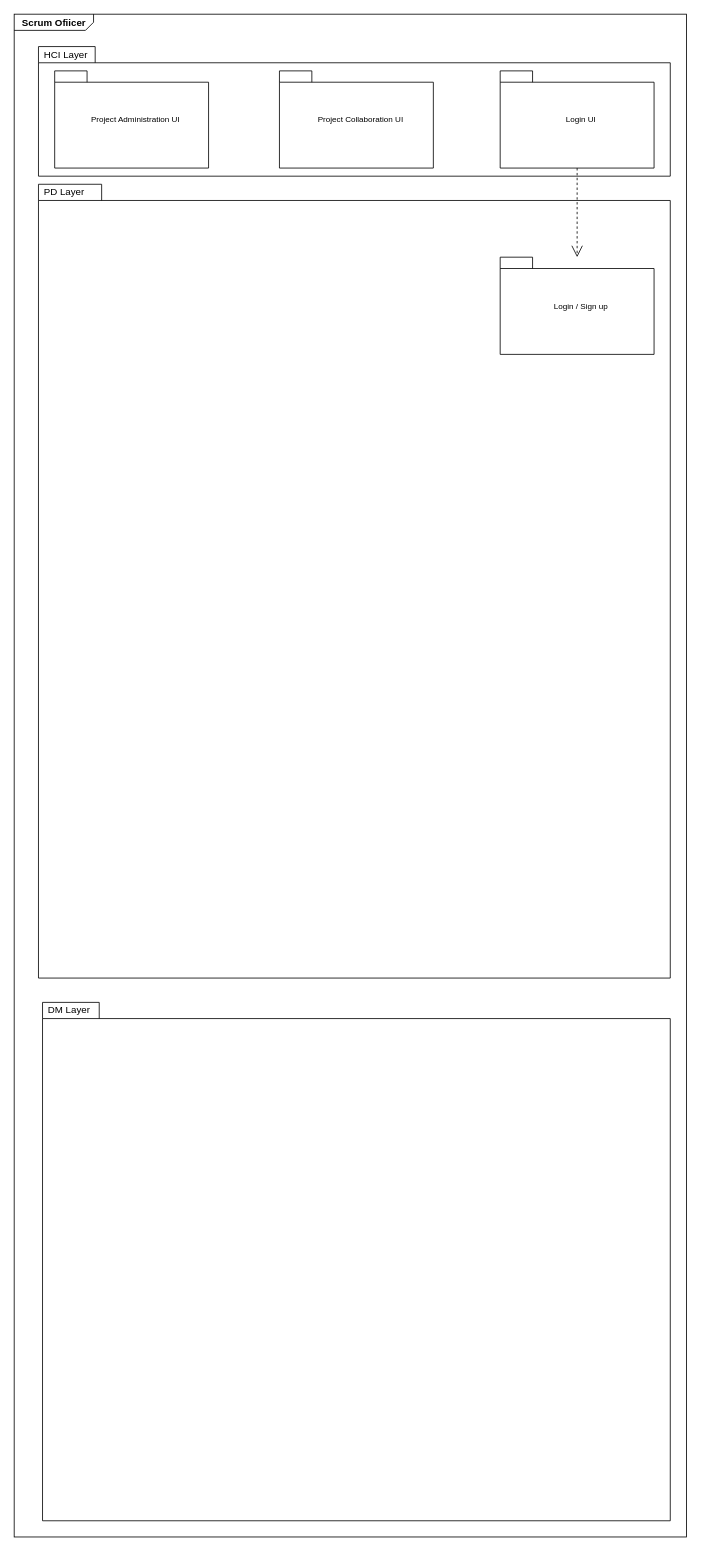
Before: Last 6 Questions/Package Diagram.drawio in amirabbas8/ScrumOfficer, a draw.io diagram. Source tidied: cells renumbered, new cells numbered last; positions are measured from the earlier drawing's top-left corner, leaving out a move shared by most shapes. Both pictures are drawn from the tidied source at 81%, with x=0, y=0 at pixel (14, 14).
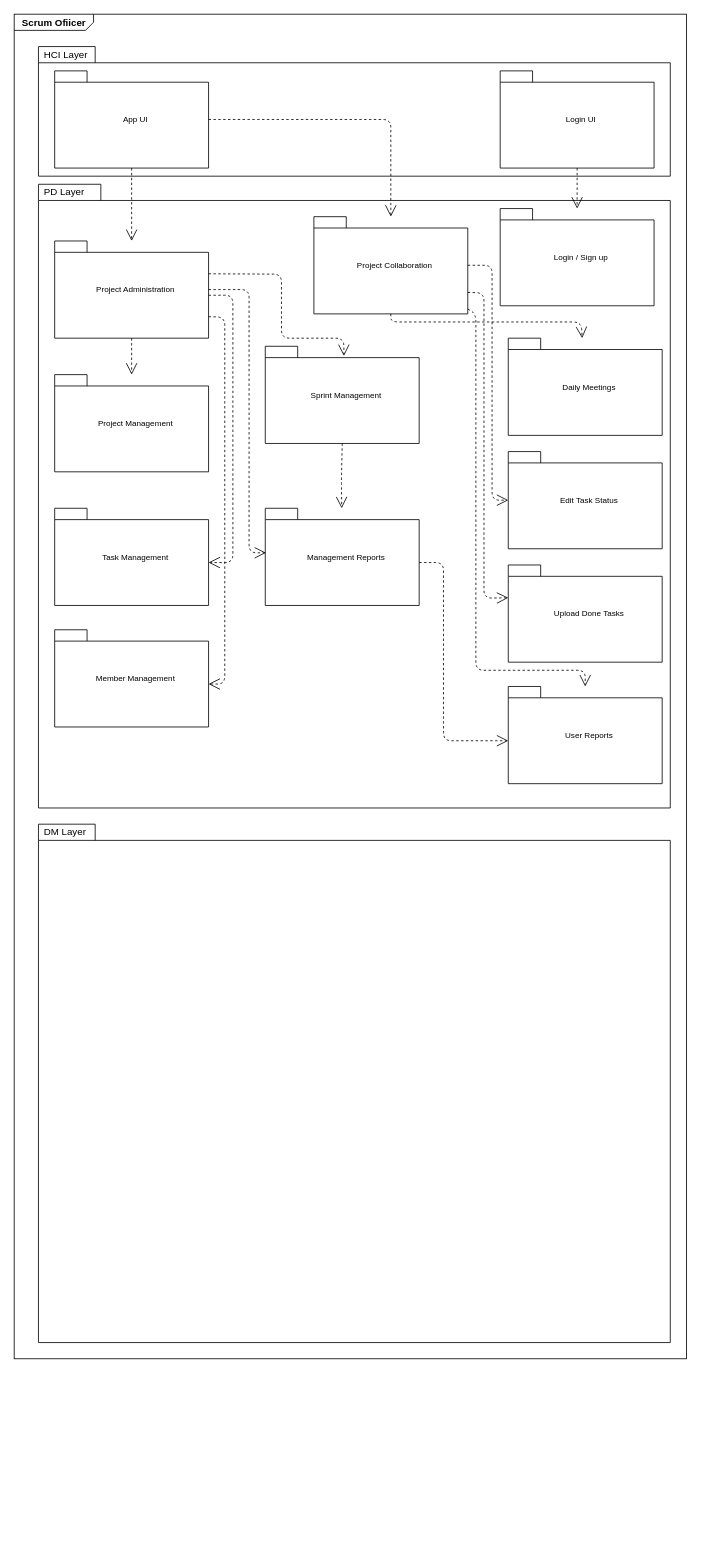
Above is the later version.

The edit, as a diff of the source:
```diff
@@
     <mxCell id="2" value="&lt;p style=&quot;margin: 0px ; margin-top: 4px ; margin-left: 10px ; text-align: left&quot;&gt;&lt;b&gt;Scrum Ofiice&lt;/b&gt;&lt;b&gt;r&lt;/b&gt;&lt;/p&gt;" style="html=1;shape=mxgraph.sysml.package;xSize=90;align=left;spacingLeft=10;overflow=fill;strokeWidth=1;labelX=98;" parent="1" vertex="1">
-      <mxGeometry width="830" height="1880" as="geometry" />
+      <mxGeometry width="830" height="1660" as="geometry" />
     </mxCell>
@@
     <mxCell id="4" value="PD Layer" style="shape=folder;xSize=90;align=left;spacingLeft=10;align=left;verticalAlign=top;spacingLeft=5;spacingTop=-4;tabWidth=70;tabHeight=20;tabPosition=left;html=1;strokeWidth=1;" parent="2" vertex="1">
-      <mxGeometry x="30" y="210" width="780" height="980" as="geometry" />
+      <mxGeometry x="30" y="210" width="780" height="770" as="geometry" />
     </mxCell>
     <mxCell id="5" value="DM Layer" style="shape=folder;xSize=90;align=left;spacingLeft=10;align=left;verticalAlign=top;spacingLeft=5;spacingTop=-4;tabWidth=70;tabHeight=20;tabPosition=left;html=1;strokeWidth=1;" parent="2" vertex="1">
-      <mxGeometry x="35" y="1220" width="775" height="640" as="geometry" />
+      <mxGeometry x="30" y="1000" width="780" height="640" as="geometry" />
     </mxCell>
-    <mxCell id="6" value="Project Administration UI" style="strokeColor=inherit;fillColor=inherit;gradientColor=inherit;shape=folder;spacingLeft=10;tabWidth=40;tabHeight=14;tabPosition=left;fontSize=10;html=1;whiteSpace=wrap;" parent="2" vertex="1">
+    <mxCell id="6" value="App UI" style="strokeColor=inherit;fillColor=inherit;gradientColor=inherit;shape=folder;spacingLeft=10;tabWidth=40;tabHeight=14;tabPosition=left;fontSize=10;html=1;whiteSpace=wrap;" parent="2" vertex="1">
       <mxGeometry x="50" y="70" width="190" height="120" as="geometry" />
     </mxCell>
-    <mxCell id="7" value="Project Collaboration UI" style="strokeColor=inherit;fillColor=inherit;gradientColor=inherit;shape=folder;spacingLeft=10;tabWidth=40;tabHeight=14;tabPosition=left;fontSize=10;html=1;whiteSpace=wrap;" parent="2" vertex="1">
-      <mxGeometry x="327.5" y="70" width="190" height="120" as="geometry" />
-    </mxCell>
@@
     <mxCell id="9" value="Login / Sign up" style="strokeColor=inherit;fillColor=inherit;gradientColor=inherit;shape=folder;spacingLeft=10;tabWidth=40;tabHeight=14;tabPosition=left;fontSize=10;html=1;whiteSpace=wrap;" parent="2" vertex="1">
-      <mxGeometry x="600" y="300" width="190" height="120" as="geometry" />
+      <mxGeometry x="600" y="240" width="190" height="120" as="geometry" />
     </mxCell>
@@
+    <mxCell id="11" value="Project Collaboration" style="strokeColor=inherit;fillColor=inherit;gradientColor=inherit;shape=folder;spacingLeft=10;tabWidth=40;tabHeight=14;tabPosition=left;fontSize=10;html=1;whiteSpace=wrap;" parent="2" vertex="1">
+      <mxGeometry x="370" y="250" width="190" height="120" as="geometry" />
+    </mxCell>
+    <mxCell id="12" value="Project Administration" style="strokeColor=inherit;fillColor=inherit;gradientColor=inherit;shape=folder;spacingLeft=10;tabWidth=40;tabHeight=14;tabPosition=left;fontSize=10;html=1;whiteSpace=wrap;" parent="2" vertex="1">
+      <mxGeometry x="50" y="280" width="190" height="120" as="geometry" />
+    </mxCell>
+    <mxCell id="13" value="Project Management" style="strokeColor=inherit;fillColor=inherit;gradientColor=inherit;shape=folder;spacingLeft=10;tabWidth=40;tabHeight=14;tabPosition=left;fontSize=10;html=1;whiteSpace=wrap;" parent="2" vertex="1">
+      <mxGeometry x="50" y="445" width="190" height="120" as="geometry" />
+    </mxCell>
+    <mxCell id="14" value="Task Management" style="strokeColor=inherit;fillColor=inherit;gradientColor=inherit;shape=folder;spacingLeft=10;tabWidth=40;tabHeight=14;tabPosition=left;fontSize=10;html=1;whiteSpace=wrap;" parent="2" vertex="1">
+      <mxGeometry x="50" y="610" width="190" height="120" as="geometry" />
+    </mxCell>
+    <mxCell id="15" value="Member Management" style="strokeColor=inherit;fillColor=inherit;gradientColor=inherit;shape=folder;spacingLeft=10;tabWidth=40;tabHeight=14;tabPosition=left;fontSize=10;html=1;whiteSpace=wrap;" parent="2" vertex="1">
+      <mxGeometry x="50" y="760" width="190" height="120" as="geometry" />
+    </mxCell>
+    <mxCell id="16" style="edgeStyle=none;html=1;endArrow=open;endSize=12;dashed=1;verticalAlign=bottom;exitX=0.5;exitY=1;exitDx=0;exitDy=0;exitPerimeter=0;" parent="2" edge="1" source="6" target="12">
+      <mxGeometry relative="1" as="geometry" />
+    </mxCell>
+    <mxCell id="17" style="edgeStyle=none;html=1;endArrow=open;endSize=12;dashed=1;verticalAlign=bottom;" parent="2" edge="1" source="6" target="11">
+      <mxGeometry relative="1" as="geometry">
+        <Array as="points">
+          <mxPoint x="465" y="130" />
+        </Array>
+      </mxGeometry>
+    </mxCell>
+    <mxCell id="18" style="edgeStyle=none;html=1;endArrow=open;endSize=12;dashed=1;verticalAlign=bottom;exitX=0.5;exitY=1;exitDx=0;exitDy=0;exitPerimeter=0;" parent="2" edge="1" source="12" target="13">
+      <mxGeometry relative="1" as="geometry">
+        <Array as="points">
+          <mxPoint x="145" y="420" />
+        </Array>
+      </mxGeometry>
+    </mxCell>
+    <mxCell id="19" style="edgeStyle=none;html=1;endArrow=open;endSize=12;dashed=1;verticalAlign=bottom;exitX=0;exitY=0;exitDx=190;exitDy=67;exitPerimeter=0;entryX=0;entryY=0;entryDx=190;entryDy=67;entryPerimeter=0;" parent="2" edge="1" source="12" target="14">
+      <mxGeometry relative="1" as="geometry">
+        <Array as="points">
+          <mxPoint x="270" y="347" />
+          <mxPoint x="270" y="677" />
+        </Array>
+      </mxGeometry>
+    </mxCell>
+    <mxCell id="20" style="edgeStyle=none;html=1;endArrow=open;endSize=12;dashed=1;verticalAlign=bottom;exitX=0;exitY=0;exitDx=190;exitDy=93.5;exitPerimeter=0;entryX=0;entryY=0;entryDx=190;entryDy=67;entryPerimeter=0;" parent="2" edge="1" source="12" target="15">
+      <mxGeometry relative="1" as="geometry">
+        <Array as="points">
+          <mxPoint x="260" y="374" />
+          <mxPoint x="260" y="827" />
+        </Array>
+      </mxGeometry>
+    </mxCell>
+    <mxCell id="21" value="Daily Meetings&lt;br&gt;" style="strokeColor=inherit;fillColor=inherit;gradientColor=inherit;shape=folder;spacingLeft=10;tabWidth=40;tabHeight=14;tabPosition=left;fontSize=10;html=1;whiteSpace=wrap;" parent="2" vertex="1">
+      <mxGeometry x="610" y="400" width="190" height="120" as="geometry" />
+    </mxCell>
+    <mxCell id="22" value="Edit Task Status&lt;br&gt;" style="strokeColor=inherit;fillColor=inherit;gradientColor=inherit;shape=folder;spacingLeft=10;tabWidth=40;tabHeight=14;tabPosition=left;fontSize=10;html=1;whiteSpace=wrap;" parent="2" vertex="1">
+      <mxGeometry x="610" y="540" width="190" height="120" as="geometry" />
+    </mxCell>
+    <mxCell id="23" style="edgeStyle=none;html=1;endArrow=open;endSize=12;dashed=1;verticalAlign=bottom;exitX=0.5;exitY=1;exitDx=0;exitDy=0;exitPerimeter=0;" parent="2" edge="1" source="11" target="21">
+      <mxGeometry relative="1" as="geometry">
+        <Array as="points">
+          <mxPoint x="465" y="380" />
+          <mxPoint x="700" y="380" />
+        </Array>
+      </mxGeometry>
+    </mxCell>
+    <mxCell id="24" style="edgeStyle=none;html=1;endArrow=open;endSize=12;dashed=1;verticalAlign=bottom;" parent="2" edge="1" source="11" target="22">
+      <mxGeometry relative="1" as="geometry">
+        <Array as="points">
+          <mxPoint x="590" y="310" />
+          <mxPoint x="590" y="600" />
+        </Array>
+      </mxGeometry>
+    </mxCell>
+    <mxCell id="25" value="Upload Done Tasks" style="strokeColor=inherit;fillColor=inherit;gradientColor=inherit;shape=folder;spacingLeft=10;tabWidth=40;tabHeight=14;tabPosition=left;fontSize=10;html=1;whiteSpace=wrap;" parent="2" vertex="1">
+      <mxGeometry x="610" y="680" width="190" height="120" as="geometry" />
+    </mxCell>
+    <mxCell id="26" style="edgeStyle=none;html=1;endArrow=open;endSize=12;dashed=1;verticalAlign=bottom;exitX=0;exitY=0;exitDx=190;exitDy=93.5;exitPerimeter=0;entryX=0;entryY=0;entryDx=0;entryDy=40.5;entryPerimeter=0;" parent="2" edge="1" source="11" target="25">
+      <mxGeometry relative="1" as="geometry">
+        <Array as="points">
+          <mxPoint x="580" y="344" />
+          <mxPoint x="580" y="721" />
+        </Array>
+      </mxGeometry>
+    </mxCell>
+    <mxCell id="27" value="Sprint Management" style="strokeColor=inherit;fillColor=inherit;gradientColor=inherit;shape=folder;spacingLeft=10;tabWidth=40;tabHeight=14;tabPosition=left;fontSize=10;html=1;whiteSpace=wrap;" parent="2" vertex="1">
+      <mxGeometry x="310" y="410" width="190" height="120" as="geometry" />
+    </mxCell>
+    <mxCell id="28" style="edgeStyle=none;html=1;endArrow=open;endSize=12;dashed=1;verticalAlign=bottom;exitX=0;exitY=0;exitDx=190;exitDy=40.5;exitPerimeter=0;entryX=0.511;entryY=0.1;entryDx=0;entryDy=0;entryPerimeter=0;" parent="2" edge="1" source="12" target="27">
+      <mxGeometry relative="1" as="geometry">
+        <Array as="points">
+          <mxPoint x="330" y="321" />
+          <mxPoint x="330" y="400" />
+          <mxPoint x="407" y="400" />
+        </Array>
+      </mxGeometry>
+    </mxCell>
+    <mxCell id="29" value="Management Reports" style="strokeColor=inherit;fillColor=inherit;gradientColor=inherit;shape=folder;spacingLeft=10;tabWidth=40;tabHeight=14;tabPosition=left;fontSize=10;html=1;whiteSpace=wrap;" parent="2" vertex="1">
+      <mxGeometry x="310" y="610" width="190" height="120" as="geometry" />
+    </mxCell>
+    <mxCell id="30" value="User Reports" style="strokeColor=inherit;fillColor=inherit;gradientColor=inherit;shape=folder;spacingLeft=10;tabWidth=40;tabHeight=14;tabPosition=left;fontSize=10;html=1;whiteSpace=wrap;" parent="2" vertex="1">
+      <mxGeometry x="610" y="830" width="190" height="120" as="geometry" />
+    </mxCell>
+    <mxCell id="31" style="edgeStyle=none;html=1;endArrow=open;endSize=12;dashed=1;verticalAlign=bottom;exitX=1;exitY=0.95;exitDx=0;exitDy=0;exitPerimeter=0;" parent="2" edge="1" source="11" target="30">
+      <mxGeometry relative="1" as="geometry">
+        <Array as="points">
+          <mxPoint x="570" y="370" />
+          <mxPoint x="570" y="810" />
+          <mxPoint x="705" y="810" />
+          <mxPoint x="705" y="830" />
+        </Array>
+      </mxGeometry>
+    </mxCell>
+    <mxCell id="32" style="edgeStyle=none;html=1;endArrow=open;endSize=12;dashed=1;verticalAlign=bottom;exitX=0.5;exitY=1;exitDx=0;exitDy=0;exitPerimeter=0;" parent="2" edge="1" source="27" target="29">
+      <mxGeometry relative="1" as="geometry">
+        <Array as="points">
+          <mxPoint x="404" y="575" />
+        </Array>
+      </mxGeometry>
+    </mxCell>
+    <mxCell id="33" style="edgeStyle=none;html=1;endArrow=open;endSize=12;dashed=1;verticalAlign=bottom;entryX=0.005;entryY=0.458;entryDx=0;entryDy=0;entryPerimeter=0;" parent="2" edge="1" source="12" target="29">
+      <mxGeometry relative="1" as="geometry">
+        <Array as="points">
+          <mxPoint x="290" y="340" />
+          <mxPoint x="290" y="665" />
+        </Array>
+      </mxGeometry>
+    </mxCell>
+    <mxCell id="34" style="edgeStyle=none;html=1;endArrow=open;endSize=12;dashed=1;verticalAlign=bottom;exitX=0;exitY=0;exitDx=190;exitDy=67;exitPerimeter=0;entryX=0;entryY=0;entryDx=0;entryDy=67;entryPerimeter=0;" parent="2" edge="1" source="29" target="30">
+      <mxGeometry relative="1" as="geometry">
+        <Array as="points">
+          <mxPoint x="530" y="677" />
+          <mxPoint x="530" y="897" />
+        </Array>
+      </mxGeometry>
+    </mxCell>
```
